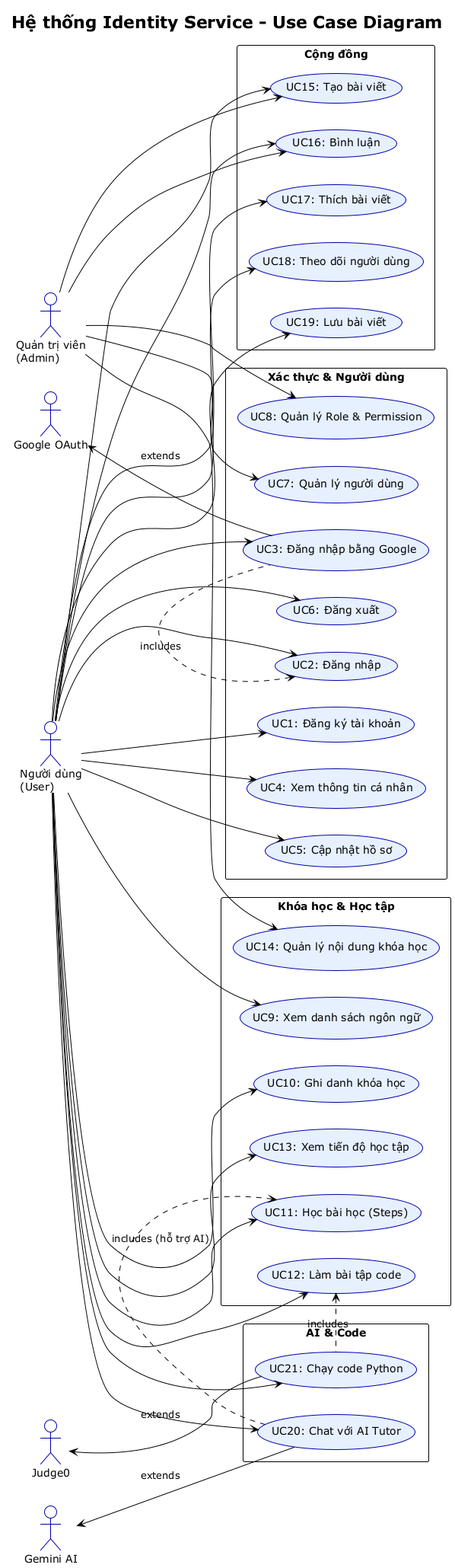
Lamdzmaoda/Project keeps this PlantUML diagram as diagrams/use-case-diagram.png. Above is the earlier version. The source it was exported from:
```plantuml
@startuml
!theme plain
left to right direction
skinparam usecaseBorderColor #0000AA
skinparam usecaseBackgroundColor #E6F0FF
skinparam actorBorderColor #0000AA

title Hệ thống Identity Service - Use Case Diagram

actor "Người dùng\n(User)" as USER
actor "Quản trị viên\n(Admin)" as ADMIN
actor "Google OAuth" as GOOGLE
actor "Gemini AI" as AI
actor "Judge0" as JUDGE0

rectangle "Xác thực & Người dùng" as AUTH {
  usecase "UC1: Đăng ký tài khoản" as UC1
  usecase "UC2: Đăng nhập" as UC2
  usecase "UC3: Đăng nhập bằng Google" as UC3
  usecase "UC4: Xem thông tin cá nhân" as UC4
  usecase "UC5: Cập nhật hồ sơ" as UC5
  usecase "UC6: Đăng xuất" as UC6
  usecase "UC7: Quản lý người dùng" as UC7
  usecase "UC8: Quản lý Role & Permission" as UC8
}

rectangle "Khóa học & Học tập" as LEARN {
  usecase "UC9: Xem danh sách ngôn ngữ" as UC9
  usecase "UC10: Ghi danh khóa học" as UC10
  usecase "UC11: Học bài học (Steps)" as UC11
  usecase "UC12: Làm bài tập code" as UC12
  usecase "UC13: Xem tiến độ học tập" as UC13
  usecase "UC14: Quản lý nội dung khóa học" as UC14
}

rectangle "Cộng đồng" as COMM {
  usecase "UC15: Tạo bài viết" as UC15
  usecase "UC16: Bình luận" as UC16
  usecase "UC17: Thích bài viết" as UC17
  usecase "UC18: Theo dõi người dùng" as UC18
  usecase "UC19: Lưu bài viết" as UC19
}

rectangle "AI & Code" as AI_CODE {
  usecase "UC20: Chat với AI Tutor" as UC20
  usecase "UC21: Chạy code Python" as UC21
}

USER --> UC1
USER --> UC2
USER --> UC3
USER --> UC4
USER --> UC5
USER --> UC6
USER --> UC9
USER --> UC10
USER --> UC11
USER --> UC12
USER --> UC13
USER --> UC15
USER --> UC16
USER --> UC17
USER --> UC18
USER --> UC19
USER --> UC20
USER --> UC21

ADMIN --> UC7
ADMIN --> UC8
ADMIN --> UC14
ADMIN --> UC15
ADMIN --> UC16

GOOGLE <-- UC3 : extends
AI <-- UC20 : extends
JUDGE0 <-- UC21 : extends

UC2 <. UC3 : includes
UC11 <. UC20 : includes (hỗ trợ AI)
UC12 <. UC21 : includes

@enduml
```
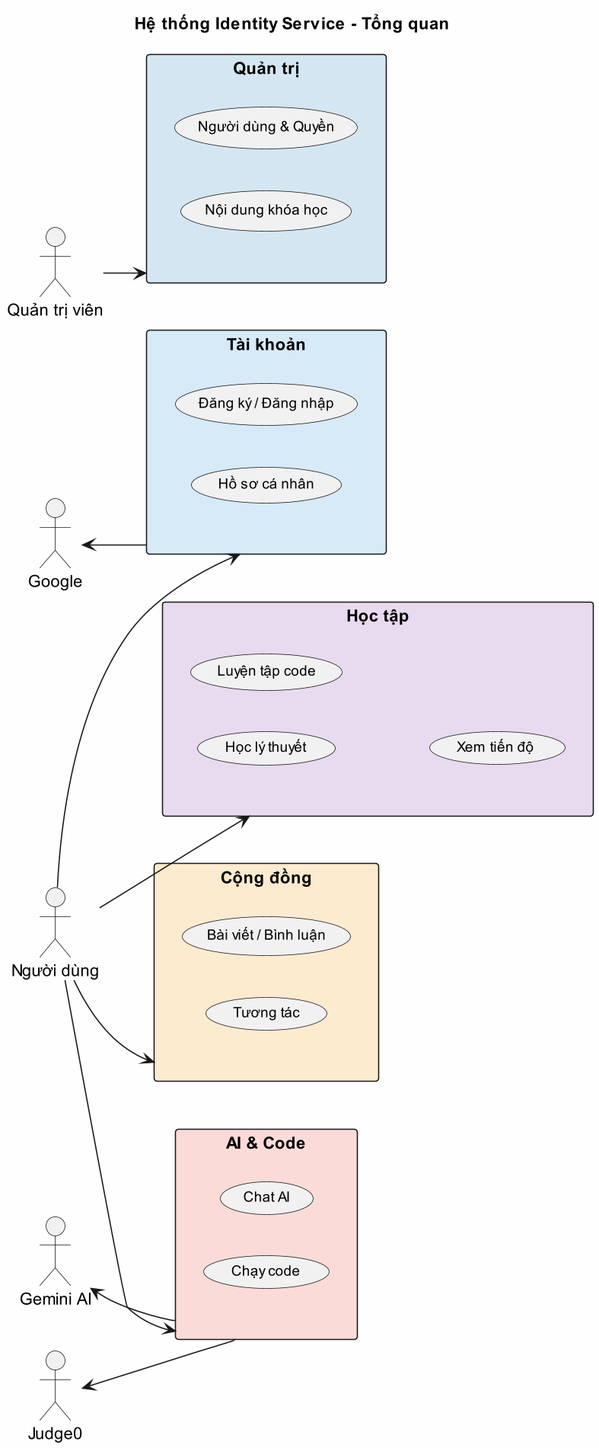
Above is the later version.

Diff of the diagram source:
```diff
@@ -1,82 +1,56 @@
 @startuml
-!theme plain
+skinparam dpi 150
+skinparam backgroundColor #FEFEFE
+skinparam defaultFontSize 14
+skinparam usecaseFontSize 12
+skinparam actorFontSize 14
+skinparam packageFontSize 13
+skinparam packageBorderThickness 1
+
 left to right direction
-skinparam usecaseBorderColor #0000AA
-skinparam usecaseBackgroundColor #E6F0FF
-skinparam actorBorderColor #0000AA
+title Hệ thống Identity Service - Tổng quan
 
-title Hệ thống Identity Service - Use Case Diagram
-
-actor "Người dùng\n(User)" as USER
-actor "Quản trị viên\n(Admin)" as ADMIN
-actor "Google OAuth" as GOOGLE
+actor "Người dùng" as USER
+actor "Quản trị viên" as ADMIN
+actor "Google" as GOOGLE
 actor "Gemini AI" as AI
 actor "Judge0" as JUDGE0
 
-rectangle "Xác thực & Người dùng" as AUTH {
-  usecase "UC1: Đăng ký tài khoản" as UC1
-  usecase "UC2: Đăng nhập" as UC2
-  usecase "UC3: Đăng nhập bằng Google" as UC3
-  usecase "UC4: Xem thông tin cá nhân" as UC4
-  usecase "UC5: Cập nhật hồ sơ" as UC5
-  usecase "UC6: Đăng xuất" as UC6
-  usecase "UC7: Quản lý người dùng" as UC7
-  usecase "UC8: Quản lý Role & Permission" as UC8
+rectangle "Tài khoản" as PKG1 #D6EAF8 {
+  (Đăng ký / Đăng nhập)
+  (Hồ sơ cá nhân)
 }
 
-rectangle "Khóa học & Học tập" as LEARN {
-  usecase "UC9: Xem danh sách ngôn ngữ" as UC9
-  usecase "UC10: Ghi danh khóa học" as UC10
-  usecase "UC11: Học bài học (Steps)" as UC11
-  usecase "UC12: Làm bài tập code" as UC12
-  usecase "UC13: Xem tiến độ học tập" as UC13
-  usecase "UC14: Quản lý nội dung khóa học" as UC14
+rectangle "Học tập" as PKG2 #E8DAEF {
+  (Học lý thuyết)
+  (Luyện tập code)
+  (Xem tiến độ)
 }
 
-rectangle "Cộng đồng" as COMM {
-  usecase "UC15: Tạo bài viết" as UC15
-  usecase "UC16: Bình luận" as UC16
-  usecase "UC17: Thích bài viết" as UC17
-  usecase "UC18: Theo dõi người dùng" as UC18
-  usecase "UC19: Lưu bài viết" as UC19
+rectangle "Cộng đồng" as PKG3 #FDEBD0 {
+  (Bài viết / Bình luận)
+  (Tương tác)
 }
 
-rectangle "AI & Code" as AI_CODE {
-  usecase "UC20: Chat với AI Tutor" as UC20
-  usecase "UC21: Chạy code Python" as UC21
+rectangle "AI & Code" as PKG4 #FADBD8 {
+  (Chat AI)
+  (Chạy code)
 }
 
-USER --> UC1
-USER --> UC2
-USER --> UC3
-USER --> UC4
-USER --> UC5
-USER --> UC6
-USER --> UC9
-USER --> UC10
-USER --> UC11
-USER --> UC12
-USER --> UC13
-USER --> UC15
-USER --> UC16
-USER --> UC17
-USER --> UC18
-USER --> UC19
-USER --> UC20
-USER --> UC21
+rectangle "Quản trị" as PKG5 #D4E6F1 {
+  (Người dùng & Quyền)
+  (Nội dung khóa học)
+}
 
-ADMIN --> UC7
-ADMIN --> UC8
-ADMIN --> UC14
-ADMIN --> UC15
-ADMIN --> UC16
+USER --> PKG1
+USER --> PKG2
+USER --> PKG3
+USER --> PKG4
 
-GOOGLE <-- UC3 : extends
-AI <-- UC20 : extends
-JUDGE0 <-- UC21 : extends
+ADMIN --> PKG5
 
-UC2 <. UC3 : includes
-UC11 <. UC20 : includes (hỗ trợ AI)
-UC12 <. UC21 : includes
+GOOGLE <-- PKG1
+AI <-- PKG4
+JUDGE0 <-- PKG4
 
 @enduml
```
